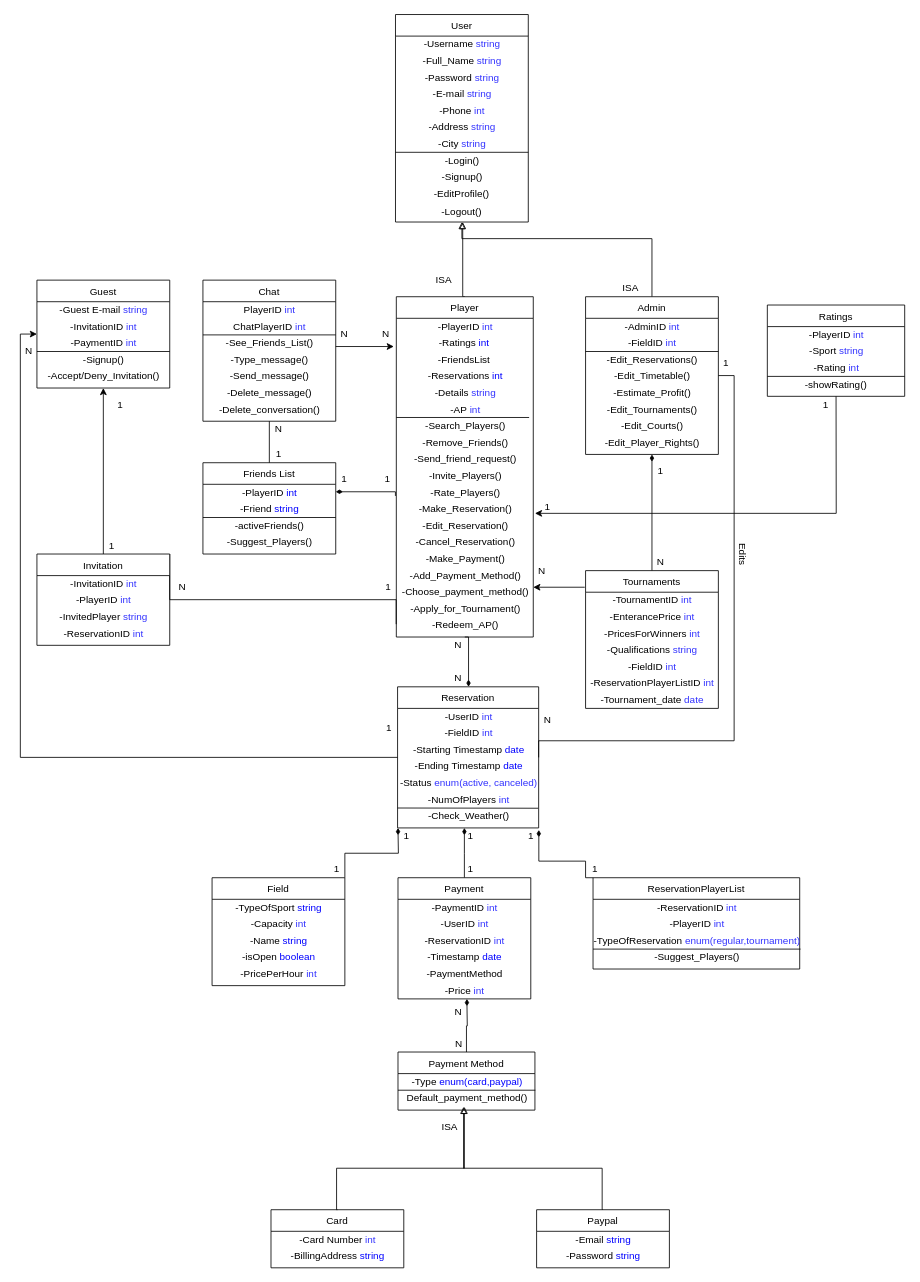
Pspetz/Organthlon keeps this draw.io diagram as sergiannis/4oParadoteo/domain_model.drawio. Above is the earlier version. Source tidied: cells renumbered, new cells numbered last; positions are measured from the earlier drawing's top-left corner, leaving out a move shared by most shapes. Both pictures are drawn from the tidied source at 83%, with x=0, y=0 at pixel (20, 14).
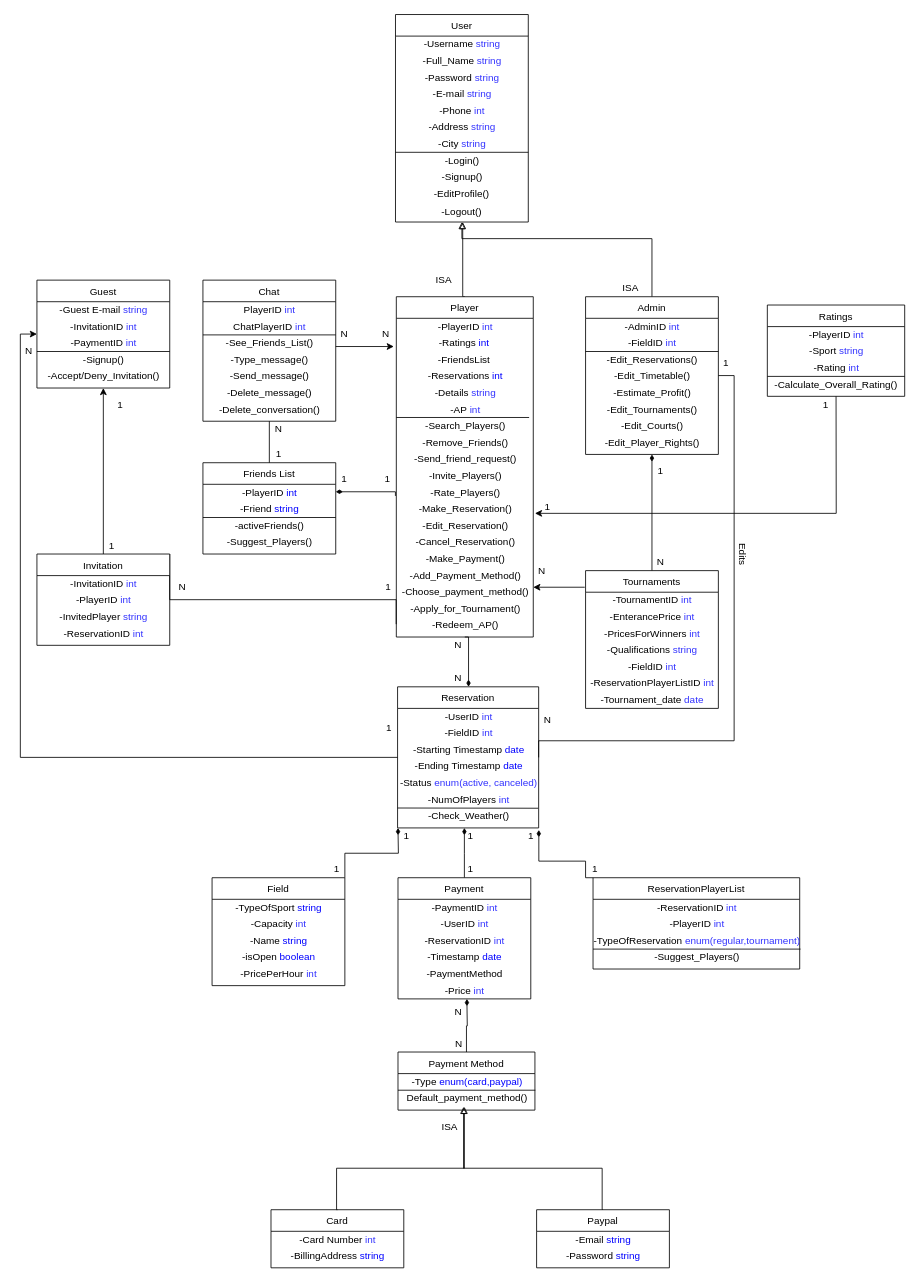
The same diagram, later.

The change refers to these unchanged cells:
```xml
<mxCell id="140" value="Ratings" style="swimlane;fontStyle=0;align=center;verticalAlign=top;horizontal=1;startSize=26;rounded=0;shadow=0;strokeWidth=1;" parent="1" vertex="1">
  <mxGeometry x="900" y="350" width="165.5" height="110" as="geometry" />
</mxCell>
```

Diff of the diagram source:
```diff
@@
-    <mxCell id="145" value="&lt;font color=&quot;#000000&quot;&gt;-showRating()&lt;/font&gt;" style="text;html=1;strokeColor=none;fillColor=none;align=center;verticalAlign=middle;whiteSpace=wrap;rounded=0;fontColor=#0000FF;" parent="140" vertex="1">
+    <mxCell id="145" value="&lt;font color=&quot;#000000&quot;&gt;-Calculate_Overall_Rating()&lt;/font&gt;" style="text;html=1;strokeColor=none;fillColor=none;align=center;verticalAlign=middle;whiteSpace=wrap;rounded=0;fontColor=#0000FF;" parent="140" vertex="1">
       <mxGeometry y="86" width="165.5" height="20" as="geometry" />
     </mxCell>
```
